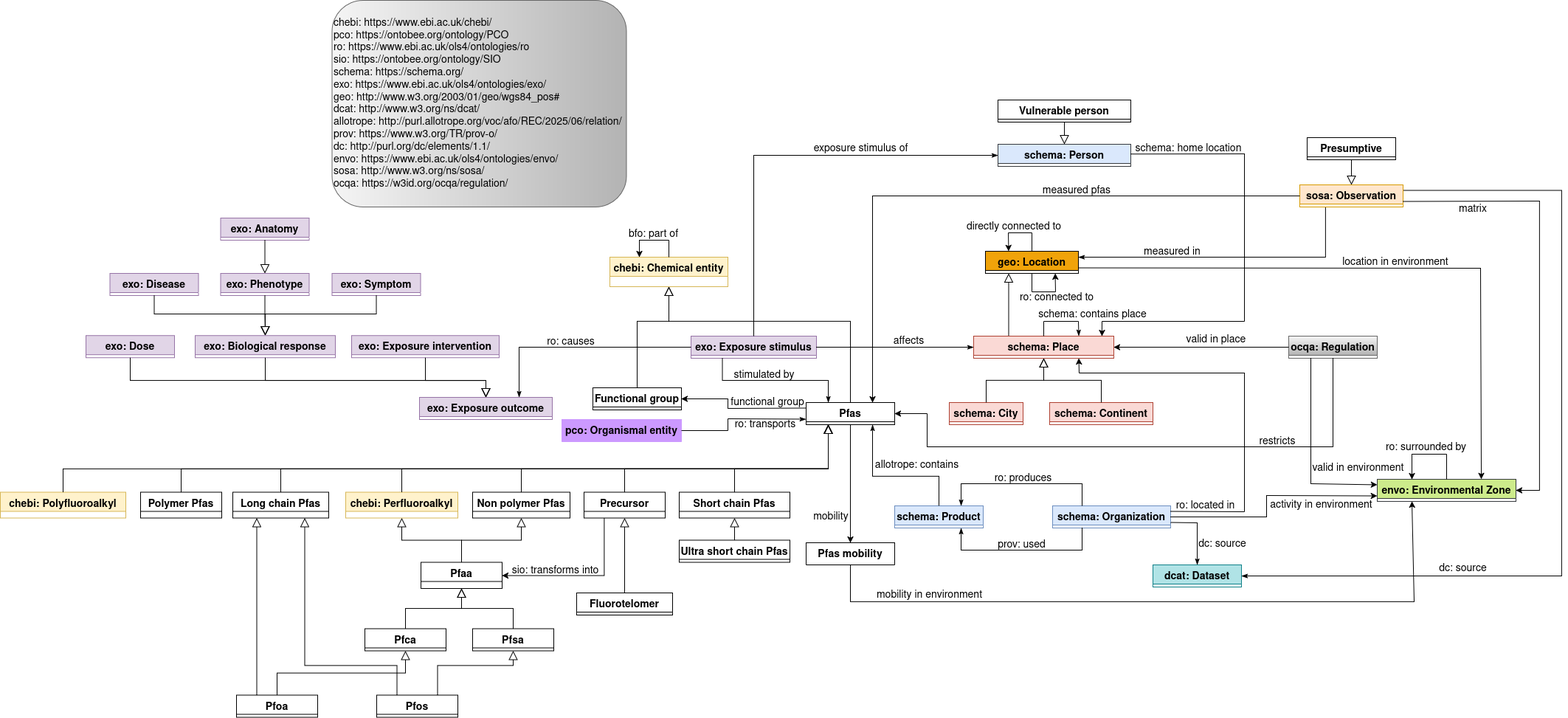
This is ontology/schemas/schema.png from davide1797/OntoPFAS, a draw.io export, as it was before one commit. Source tidied: cells renumbered, new cells last; positions are measured from the earlier drawing's top-left corner, leaving out a move shared by most shapes.
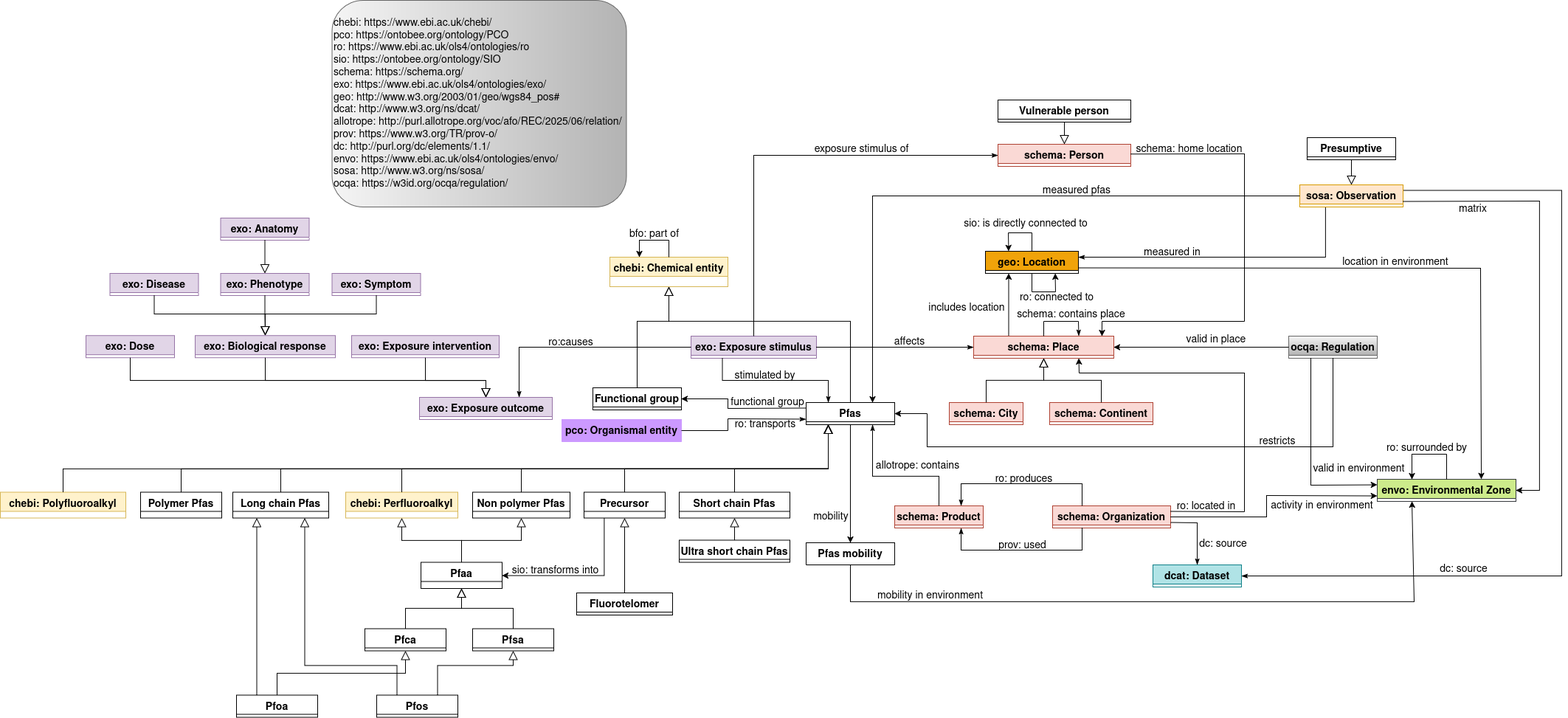
The same file after the commit.

What changed in the source:
```diff
@@ -110,7 +110,7 @@
     <mxCell id="27" style="endArrow=block;endSize=10;endFill=0;shadow=0;strokeWidth=1;rounded=0;curved=0;edgeStyle=elbowEdgeStyle;elbow=vertical;entryX=0.5;entryY=0;entryDx=0;entryDy=0;exitX=0.5;exitY=1;exitDx=0;exitDy=0;" parent="1" edge="1" source="21" target="22">
       <mxGeometry relative="1" as="geometry" />
     </mxCell>
-    <mxCell id="28" value="schema: Person" style="swimlane;fontStyle=1;align=center;verticalAlign=top;horizontal=1;startSize=26;rounded=0;shadow=0;strokeWidth=1;fontSize=14;fillColor=#DAE8FC;strokeColor=#36393d;" parent="1" vertex="1">
+    <mxCell id="28" value="schema: Person" style="swimlane;fontStyle=1;align=center;verticalAlign=top;horizontal=1;startSize=26;rounded=0;shadow=0;strokeWidth=1;fontSize=14;fillColor=#FAD9D5;strokeColor=#AE4132;" parent="1" vertex="1">
       <mxGeometry x="1352" y="195" width="180" height="30" as="geometry" />
     </mxCell>
     <mxCell id="29" value="Vulnerable person" style="swimlane;fontStyle=1;align=center;verticalAlign=top;horizontal=1;startSize=26;rounded=0;shadow=0;strokeWidth=1;fontSize=14;" parent="1" vertex="1">
@@ -134,7 +134,7 @@
         <mxPoint x="-40" y="32" as="offset" />
       </mxGeometry>
     </mxCell>
-    <mxCell id="33" value="ro: causes" style="text;html=1;align=center;verticalAlign=middle;labelBackgroundColor=none;rounded=0;shadow=0;strokeWidth=1;fontSize=14;" parent="32" vertex="1">
+    <mxCell id="33" value="ro:causes" style="text;html=1;align=center;verticalAlign=middle;labelBackgroundColor=none;rounded=0;shadow=0;strokeWidth=1;fontSize=14;" parent="32" vertex="1">
       <mxGeometry x="0.5" y="49" relative="1" as="geometry">
         <mxPoint x="62" y="-56" as="offset" />
       </mxGeometry>
@@ -155,7 +155,7 @@
         <mxPoint x="65" y="-265" as="offset" />
       </mxGeometry>
     </mxCell>
-    <mxCell id="37" value="schema: Product" style="swimlane;fontStyle=1;align=center;verticalAlign=top;horizontal=1;startSize=26;rounded=0;shadow=0;strokeWidth=1;fontSize=14;fillColor=#DAE8FC;strokeColor=#6c8ebf;" parent="1" vertex="1">
+    <mxCell id="37" value="schema: Product" style="swimlane;fontStyle=1;align=center;verticalAlign=top;horizontal=1;startSize=26;rounded=0;shadow=0;strokeWidth=1;fontSize=14;fillColor=#FAD9D5;strokeColor=#AE4132;" parent="1" vertex="1">
       <mxGeometry x="1212" y="685" width="120" height="30" as="geometry" />
     </mxCell>
     <mxCell id="38" style="endArrow=classicThin;shadow=0;strokeWidth=1;rounded=0;curved=0;endFill=1;edgeStyle=elbowEdgeStyle;elbow=vertical;exitX=0.5;exitY=0;exitDx=0;exitDy=0;entryX=0.75;entryY=1;entryDx=0;entryDy=0;" parent="1" edge="1" source="37" target="34">
@@ -171,7 +171,7 @@
         <mxPoint x="109" y="5" as="offset" />
       </mxGeometry>
     </mxCell>
-    <mxCell id="40" value="schema: Organization" style="swimlane;fontStyle=1;align=center;verticalAlign=top;horizontal=1;startSize=26;rounded=0;shadow=0;strokeWidth=1;fontSize=14;fillColor=#dae8fc;strokeColor=#6C8EBF;" parent="1" vertex="1">
+    <mxCell id="40" value="schema: Organization" style="swimlane;fontStyle=1;align=center;verticalAlign=top;horizontal=1;startSize=26;rounded=0;shadow=0;strokeWidth=1;fontSize=14;fillColor=#FAD9D5;strokeColor=#AE4132;" parent="1" vertex="1">
       <mxGeometry x="1426" y="685" width="160" height="30" as="geometry" />
     </mxCell>
     <mxCell id="41" style="endArrow=classicThin;shadow=0;strokeWidth=1;rounded=0;curved=0;endFill=1;edgeStyle=elbowEdgeStyle;elbow=vertical;exitX=0.25;exitY=0;exitDx=0;exitDy=0;entryX=0.75;entryY=0;entryDx=0;entryDy=0;" parent="1" edge="1" source="40" target="37">
@@ -206,6 +206,9 @@
     <mxCell id="46" value="dcat: Dataset" style="swimlane;fontStyle=1;align=center;verticalAlign=top;horizontal=1;startSize=26;rounded=0;shadow=0;strokeWidth=1;fontSize=14;fillColor=#b0e3e6;strokeColor=#0e8088;" parent="1" vertex="1">
       <mxGeometry x="1562" y="765" width="120" height="30" as="geometry" />
     </mxCell>
+    <mxCell id="146" style="edgeStyle=orthogonalEdgeStyle;rounded=0;jettySize=auto;html=1;exitX=0.25;exitY=0;exitDx=0;exitDy=0;entryX=0.25;entryY=1;entryDx=0;entryDy=0;" parent="1" edge="1" source="47" target="62">
+      <mxGeometry relative="1" as="geometry" />
+    </mxCell>
     <mxCell id="47" value="schema: Place" style="swimlane;fontStyle=1;align=center;verticalAlign=top;horizontal=1;startSize=26;rounded=0;shadow=0;strokeWidth=1;fontSize=14;fillColor=#FAD9D5;strokeColor=#AE4132;" parent="1" vertex="1">
       <mxGeometry x="1319" y="455" width="190" height="30" as="geometry" />
     </mxCell>
@@ -276,7 +279,7 @@
       </mxGeometry>
     </mxCell>
     <mxCell id="61" value="schema: contains place" style="text;html=1;align=center;verticalAlign=middle;labelBackgroundColor=none;rounded=0;shadow=0;strokeWidth=1;fontSize=14;" parent="1" vertex="1">
-      <mxGeometry x="1480" y="426" as="geometry" />
+      <mxGeometry x="1450" y="425" as="geometry" />
     </mxCell>
     <mxCell id="62" value="geo: Location" style="swimlane;fontStyle=1;align=center;verticalAlign=top;horizontal=1;startSize=26;rounded=0;shadow=0;strokeWidth=1;fontSize=14;fillColor=#F0A30A;" parent="1" vertex="1">
       <mxGeometry x="1335" y="340" width="126" height="30" as="geometry" />
@@ -336,7 +339,7 @@
     <mxCell id="72" style="endArrow=classic;html=1;rounded=0;exitX=0.25;exitY=1;exitDx=0;exitDy=0;entryX=0;entryY=0.25;entryDx=0;entryDy=0;" parent="1" edge="1" source="3" target="2">
       <mxGeometry relative="1" as="geometry">
         <Array as="points">
-          <mxPoint x="1776" y="655" />
+          <mxPoint x="1776" y="657" />
         </Array>
       </mxGeometry>
     </mxCell>
@@ -691,19 +694,12 @@
     <mxCell id="143" value="&lt;font style=&quot;font-size: 14px;&quot;&gt;location in environment&lt;/font&gt;" style="text;html=1;whiteSpace=wrap;strokeColor=none;fillColor=none;align=center;verticalAlign=middle;rounded=0;" parent="1" vertex="1">
       <mxGeometry x="1816" y="340" width="150" height="30" as="geometry" />
     </mxCell>
-    <mxCell id="144" value="&lt;font style=&quot;font-size: 14px;&quot;&gt;directly connected to&lt;/font&gt;" style="text;html=1;whiteSpace=wrap;strokeColor=none;fillColor=none;align=center;verticalAlign=middle;rounded=0;" parent="1" vertex="1">
-      <mxGeometry x="1304" y="292" width="140" height="30" as="geometry" />
+    <mxCell id="144" value="&lt;font style=&quot;font-size: 14px;&quot;&gt;sio: is&amp;nbsp;&lt;font&gt;directly connected to&lt;/font&gt;&lt;/font&gt;" style="text;html=1;whiteSpace=wrap;strokeColor=none;fillColor=none;align=center;verticalAlign=middle;rounded=0;" parent="1" vertex="1">
+      <mxGeometry x="1304" y="288" width="172" height="30" as="geometry" />
     </mxCell>
     <mxCell id="145" value="&lt;font style=&quot;font-size: 14px;&quot;&gt;ro: connected to&lt;/font&gt;" style="text;html=1;whiteSpace=wrap;strokeColor=none;fillColor=none;align=center;verticalAlign=middle;rounded=0;" parent="1" vertex="1">
       <mxGeometry x="1362" y="388" width="140" height="30" as="geometry" />
     </mxCell>
-    <mxCell id="146" style="endArrow=block;endSize=10;endFill=0;shadow=0;strokeWidth=1;rounded=0;curved=0;edgeStyle=elbowEdgeStyle;elbow=vertical;entryX=0.25;entryY=1;entryDx=0;entryDy=0;exitX=0.25;exitY=0;exitDx=0;exitDy=0;" parent="1" edge="1" source="47" target="62">
-      <mxGeometry relative="1" as="geometry">
-        <Array as="points">
-          <mxPoint x="1440" y="418" />
-        </Array>
-      </mxGeometry>
-    </mxCell>
     <mxCell id="147" style="endArrow=none;html=1;rounded=0;" parent="1" edge="1">
       <mxGeometry relative="1" as="geometry">
         <mxPoint x="1398" y="395" as="sourcePoint" />
@@ -725,5 +721,8 @@
         </Array>
       </mxGeometry>
     </mxCell>
+    <mxCell id="151" value="&lt;font style=&quot;font-size: 14px;&quot;&gt;includes location&lt;/font&gt;" style="text;html=1;whiteSpace=wrap;strokeColor=none;fillColor=none;align=center;verticalAlign=middle;rounded=0;" parent="1" vertex="1">
+      <mxGeometry x="1240" y="402" width="140" height="30" as="geometry" />
+    </mxCell>
   </root>
 </mxGraphModel>
```
